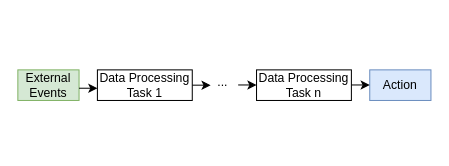
Above: page "反应时间数据年龄" (6 of 6) of 图/ESWEEK/ESWEEK.drawio in wsm6636/note (draw.io), before the change. Source tidied: cells renumbered, new cells numbered last; positions are measured from the earlier drawing's top-left corner, leaving out a move shared by most shapes. Both pictures are drawn from the tidied source at 102%, with x=0, y=0 at pixel (17, 66).
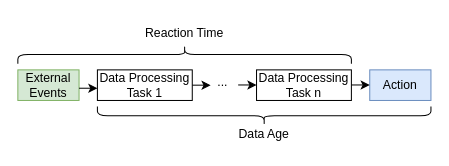
The same diagram, later.

Diff of the diagram source:
```diff
@@
 <mxGraphModel>
   <root>
     <mxCell id="0" />
     <mxCell id="1" parent="0" />
     <mxCell id="2" value="External Events" style="rounded=0;whiteSpace=wrap;html=1;fillColor=#d5e8d4;strokeColor=#82b366;" parent="1" vertex="1">
       <mxGeometry y="3" width="60" height="30" as="geometry" />
     </mxCell>
     <mxCell id="3" value="Data Processing Task 1" style="rounded=0;whiteSpace=wrap;html=1;" parent="1" vertex="1">
       <mxGeometry x="78" y="3" width="93" height="30" as="geometry" />
     </mxCell>
     <mxCell id="4" value="Data Processing Task n" style="rounded=0;whiteSpace=wrap;html=1;" parent="1" vertex="1">
       <mxGeometry x="234" y="3" width="93" height="30" as="geometry" />
     </mxCell>
     <mxCell id="5" value="..." style="text;html=1;strokeColor=none;fillColor=none;align=center;verticalAlign=middle;whiteSpace=wrap;rounded=0;" parent="1" vertex="1">
       <mxGeometry x="171" width="60" height="30" as="geometry" />
     </mxCell>
     <mxCell id="6" value="Action" style="rounded=0;whiteSpace=wrap;html=1;fillColor=#dae8fc;strokeColor=#6c8ebf;" parent="1" vertex="1">
       <mxGeometry x="345" y="3" width="60" height="30" as="geometry" />
     </mxCell>
     <mxCell id="7" style="endArrow=classic;html=1;rounded=0;exitX=1.006;exitY=0.603;exitDx=0;exitDy=0;exitPerimeter=0;" parent="1" edge="1">
       <mxGeometry relative="1" as="geometry">
         <mxPoint x="60" y="21" as="sourcePoint" />
         <mxPoint x="78" y="21" as="targetPoint" />
       </mxGeometry>
     </mxCell>
     <mxCell id="8" style="endArrow=classic;html=1;rounded=0;exitX=1.006;exitY=0.603;exitDx=0;exitDy=0;exitPerimeter=0;" parent="1" edge="1">
       <mxGeometry relative="1" as="geometry">
         <mxPoint x="171" y="18" as="sourcePoint" />
         <mxPoint x="189" y="18" as="targetPoint" />
       </mxGeometry>
     </mxCell>
     <mxCell id="9" style="endArrow=classic;html=1;rounded=0;exitX=1.006;exitY=0.603;exitDx=0;exitDy=0;exitPerimeter=0;" parent="1" edge="1">
       <mxGeometry relative="1" as="geometry">
         <mxPoint x="216" y="17.8" as="sourcePoint" />
         <mxPoint x="234" y="17.8" as="targetPoint" />
       </mxGeometry>
     </mxCell>
     <mxCell id="10" style="endArrow=classic;html=1;rounded=0;exitX=1.006;exitY=0.603;exitDx=0;exitDy=0;exitPerimeter=0;" parent="1" edge="1">
       <mxGeometry relative="1" as="geometry">
         <mxPoint x="327" y="17.8" as="sourcePoint" />
         <mxPoint x="345" y="17.8" as="targetPoint" />
       </mxGeometry>
     </mxCell>
+    <mxCell id="11" style="shape=curlyBracket;whiteSpace=wrap;html=1;rounded=1;size=0.5;direction=south;" parent="1" vertex="1">
+      <mxGeometry y="-21" width="327" height="18" as="geometry" />
+    </mxCell>
+    <mxCell id="12" style="shape=curlyBracket;whiteSpace=wrap;html=1;rounded=1;size=0.5;direction=north;" parent="1" vertex="1">
+      <mxGeometry x="78" y="39" width="327" height="18" as="geometry" />
+    </mxCell>
+    <mxCell id="13" value="Reaction Time" style="text;html=1;strokeColor=none;fillColor=none;align=center;verticalAlign=middle;whiteSpace=wrap;rounded=0;" parent="1" vertex="1">
+      <mxGeometry x="111" y="-48" width="105" height="30" as="geometry" />
+    </mxCell>
+    <mxCell id="14" value="Data Age" style="text;html=1;strokeColor=none;fillColor=none;align=center;verticalAlign=middle;whiteSpace=wrap;rounded=0;" parent="1" vertex="1">
+      <mxGeometry x="189" y="51" width="105" height="30" as="geometry" />
+    </mxCell>
   </root>
 </mxGraphModel>
```
